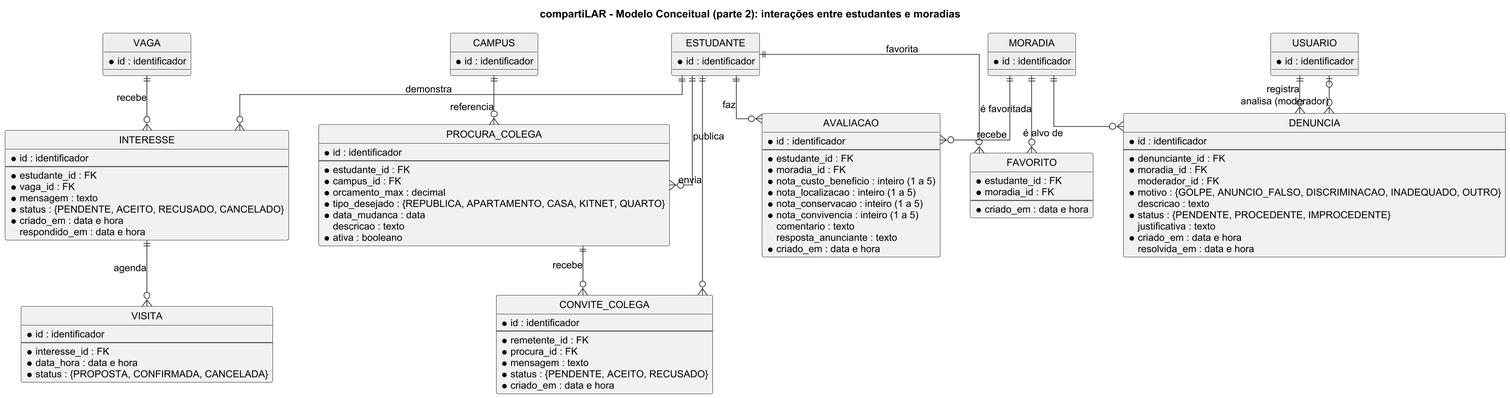
CaueFAbreu/compartiLAR keeps this PlantUML diagram as docs/diagramas/modelo-conceitual-parte2.png. Above is the earlier version.
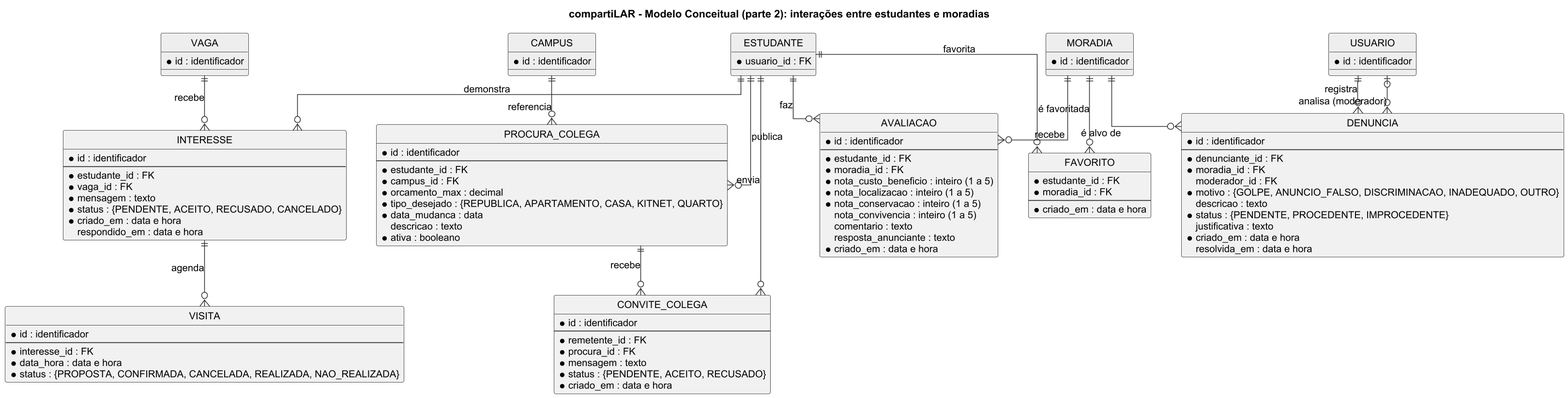
Later version of the same file.

The edit, as a diff of the source:
```diff
@@ -29,7 +29,7 @@
   --
   * interesse_id : FK
   * data_hora : data e hora
-  * status : {PROPOSTA, CONFIRMADA, CANCELADA}
+  * status : {PROPOSTA, CONFIRMADA, CANCELADA, REALIZADA, NAO_REALIZADA}
 }
 
 entity "PROCURA_COLEGA" as Procura {
@@ -62,7 +62,7 @@
   * nota_custo_beneficio : inteiro (1 a 5)
   * nota_localizacao : inteiro (1 a 5)
   * nota_conservacao : inteiro (1 a 5)
-  * nota_convivencia : inteiro (1 a 5)
+  nota_convivencia : inteiro (1 a 5)
   comentario : texto
   resposta_anunciante : texto
   * criado_em : data e hora
@@ -94,7 +94,7 @@
 }
 
 entity "ESTUDANTE" as Estudante #EEEEEE {
-  * id : identificador
+  * usuario_id : FK
 }
 
 entity "MORADIA" as Moradia #EEEEEE {
```
